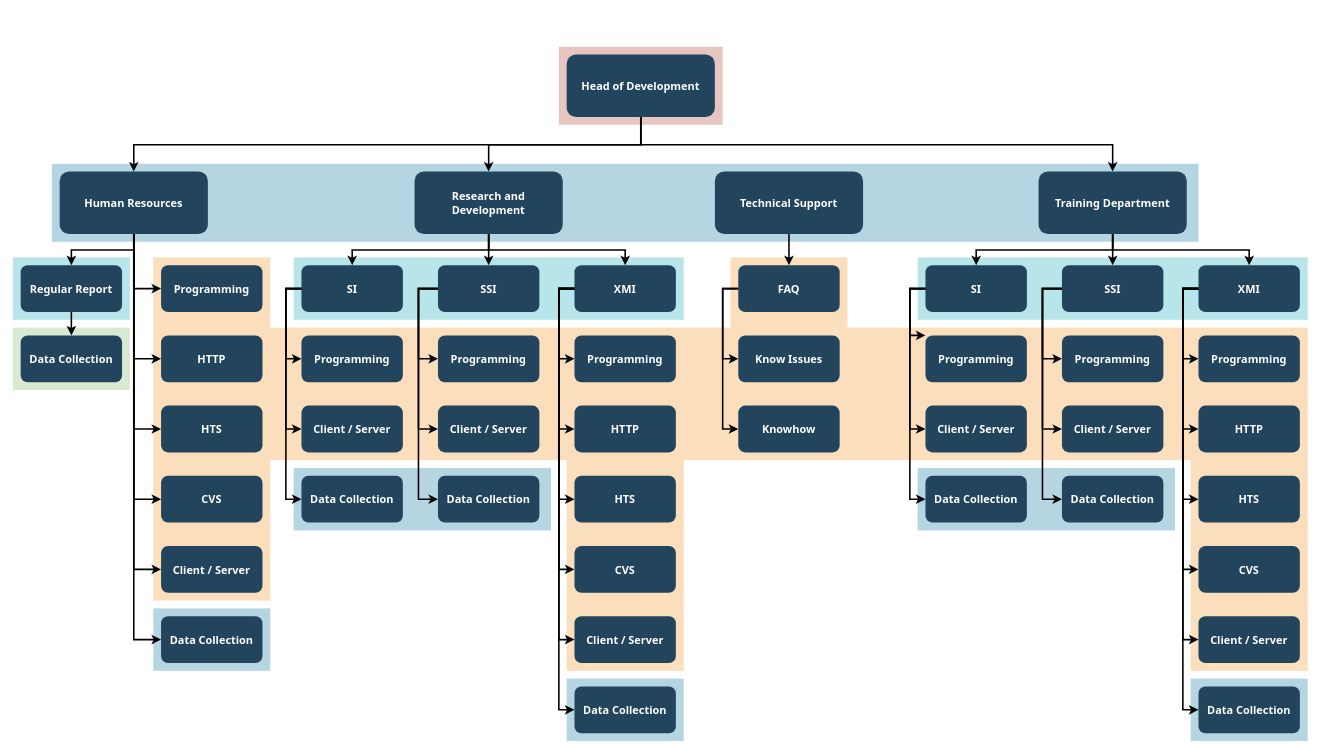
Above: RQSiteMap.drawio in gituser514/RQWEBAPP (draw.io), before the change. Source tidied: cells renumbered, new cells numbered last; positions are measured from the earlier drawing's top-left corner, leaving out a move shared by most shapes. Both pictures are drawn from the tidied source at 78%, with x=0, y=0 at pixel (12, 47).
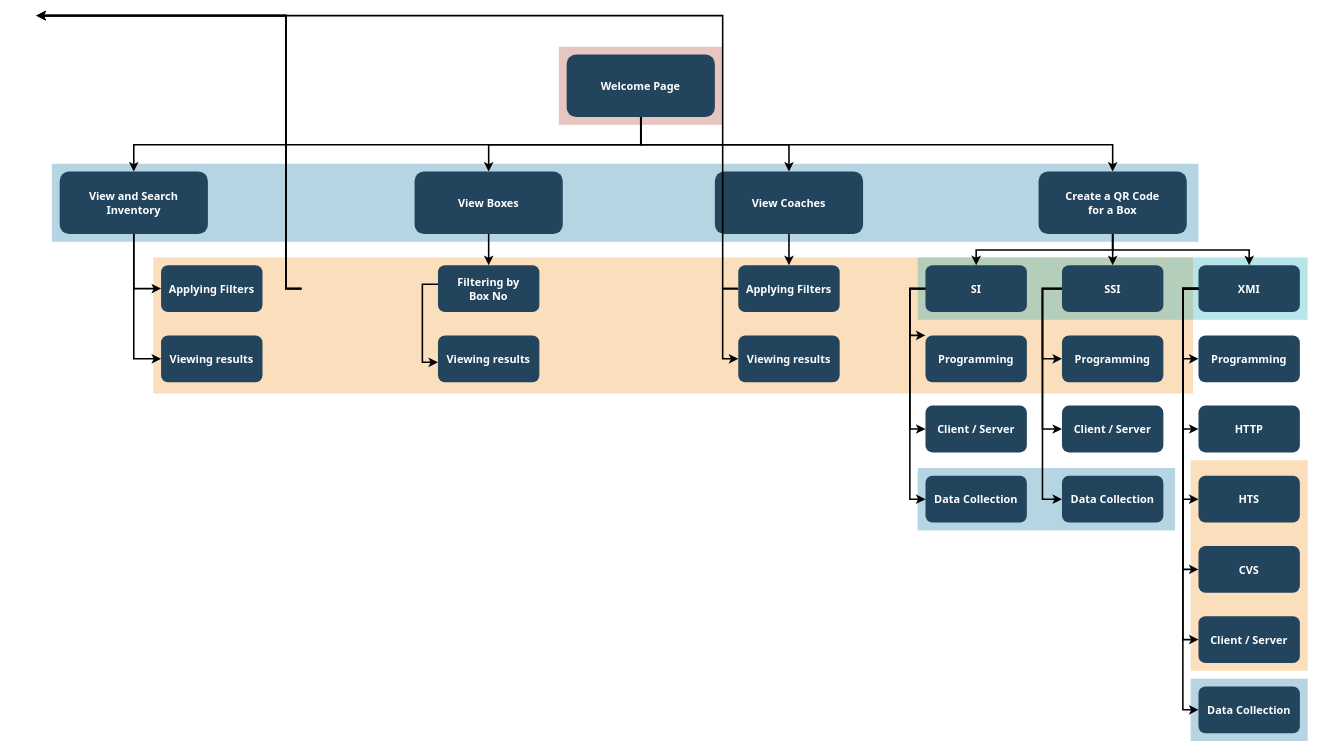
The same diagram, later.

Diff of the diagram source:
```diff
@@
-    <mxCell id="5" style="fillColor=#F2931E;strokeColor=none;opacity=30;" parent="1" vertex="1">
-      <mxGeometry x="920" y="269.5" width="150" height="90" as="geometry" />
-    </mxCell>
-    <mxCell id="6" style="fillColor=#F2931E;strokeColor=none;opacity=30;" parent="1" vertex="1">
-      <mxGeometry x="710" y="529.5" width="150" height="270" as="geometry" />
-    </mxCell>
     <mxCell id="7" style="fillColor=#F2931E;strokeColor=none;opacity=30;" parent="1" vertex="1">
-      <mxGeometry x="180" y="269.5" width="150" height="440" as="geometry" />
+      <mxGeometry x="180" y="269.5" width="1333" height="174.5" as="geometry" />
     </mxCell>
-    <mxCell id="8" style="fillColor=#F2931E;strokeColor=none;opacity=30;" parent="1" vertex="1">
-      <mxGeometry x="330" y="359.5" width="1330" height="170" as="geometry" />
-    </mxCell>
@@
-    <mxCell id="11" style="fillColor=#10739E;strokeColor=none;opacity=30;" parent="1" vertex="1">
-      <mxGeometry x="710" y="809.5" width="150" height="80" as="geometry" />
-    </mxCell>
-    <mxCell id="12" style="fillColor=#10739E;strokeColor=none;opacity=30;" parent="1" vertex="1">
-      <mxGeometry x="360" y="539.5" width="330" height="80" as="geometry" />
-    </mxCell>
-    <mxCell id="13" style="fillColor=#10739E;strokeColor=none;opacity=30;" parent="1" vertex="1">
-      <mxGeometry x="180" y="719.5" width="150" height="80" as="geometry" />
-    </mxCell>
-    <mxCell id="14" style="fillColor=#D9EAD3;strokeColor=none;" parent="1" vertex="1">
-      <mxGeometry y="359.5" width="150" height="80" as="geometry" />
-    </mxCell>
@@
-    <mxCell id="16" style="fillColor=#12AAB5;strokeColor=none;opacity=30;" parent="1" vertex="1">
-      <mxGeometry x="360" y="269.5" width="500" height="80" as="geometry" />
-    </mxCell>
-    <mxCell id="17" style="fillColor=#12AAB5;strokeColor=none;opacity=30;" parent="1" vertex="1">
-      <mxGeometry y="269.5" width="150" height="80" as="geometry" />
-    </mxCell>
-    <mxCell id="18" value="Head of Development" style="rounded=1;fillColor=#23445D;gradientColor=none;strokeColor=none;fontColor=#FFFFFF;fontStyle=1;fontFamily=Tahoma;fontSize=14;" parent="1" vertex="1">
+    <mxCell id="18" value="Welcome Page" style="rounded=1;fillColor=#23445D;gradientColor=none;strokeColor=none;fontColor=#FFFFFF;fontStyle=1;fontFamily=Tahoma;fontSize=14;" parent="1" vertex="1">
       <mxGeometry x="710" y="9.5" width="190" height="80" as="geometry" />
     </mxCell>
-    <mxCell id="19" value="Training Department" style="rounded=1;fillColor=#23445D;gradientColor=none;strokeColor=none;fontColor=#FFFFFF;fontStyle=1;fontFamily=Tahoma;fontSize=14;" parent="1" vertex="1">
+    <mxCell id="19" value="Create a QR Code &#10;for a Box" style="rounded=1;fillColor=#23445D;gradientColor=none;strokeColor=none;fontColor=#FFFFFF;fontStyle=1;fontFamily=Tahoma;fontSize=14;" parent="1" vertex="1">
       <mxGeometry x="1315" y="159.5" width="190" height="80" as="geometry" />
     </mxCell>
@@
-    <mxCell id="21" value="Technical Support" style="rounded=1;fillColor=#23445D;gradientColor=none;strokeColor=none;fontColor=#FFFFFF;fontStyle=1;fontFamily=Tahoma;fontSize=14;" parent="1" vertex="1">
+    <mxCell id="21" value="View Coaches" style="rounded=1;fillColor=#23445D;gradientColor=none;strokeColor=none;fontColor=#FFFFFF;fontStyle=1;fontFamily=Tahoma;fontSize=14;" parent="1" vertex="1">
       <mxGeometry x="900" y="159.5" width="190" height="80" as="geometry" />
     </mxCell>
-    <mxCell id="22" value="Research and &#10;Development" style="rounded=1;fillColor=#23445D;gradientColor=none;strokeColor=none;fontColor=#FFFFFF;fontStyle=1;fontFamily=Tahoma;fontSize=14;" parent="1" vertex="1">
+    <mxCell id="22" value="View Boxes" style="rounded=1;fillColor=#23445D;gradientColor=none;strokeColor=none;fontColor=#FFFFFF;fontStyle=1;fontFamily=Tahoma;fontSize=14;" parent="1" vertex="1">
       <mxGeometry x="515" y="159.5" width="190" height="80" as="geometry" />
     </mxCell>
-    <mxCell id="23" value="Human Resources" style="rounded=1;fillColor=#23445D;gradientColor=none;strokeColor=none;fontColor=#FFFFFF;fontStyle=1;fontFamily=Tahoma;fontSize=14;" parent="1" vertex="1">
+    <mxCell id="23" value="View and Search &#10;Inventory" style="rounded=1;fillColor=#23445D;gradientColor=none;strokeColor=none;fontColor=#FFFFFF;fontStyle=1;fontFamily=Tahoma;fontSize=14;" parent="1" vertex="1">
       <mxGeometry x="60" y="159.5" width="190" height="80" as="geometry" />
     </mxCell>
-    <mxCell id="24" value="Regular Report" style="rounded=1;fillColor=#23445D;gradientColor=none;strokeColor=none;fontColor=#FFFFFF;fontStyle=1;fontFamily=Tahoma;fontSize=14;" parent="1" vertex="1">
-      <mxGeometry x="10" y="279.5" width="130" height="60" as="geometry" />
-    </mxCell>
-    <mxCell id="25" value="Data Collection" style="rounded=1;fillColor=#23445D;gradientColor=none;strokeColor=none;fontColor=#FFFFFF;fontStyle=1;fontFamily=Tahoma;fontSize=14;" parent="1" vertex="1">
-      <mxGeometry x="10" y="369.5" width="130" height="60" as="geometry" />
-    </mxCell>
-    <mxCell id="26" value="Programming" style="rounded=1;fillColor=#23445D;gradientColor=none;strokeColor=none;fontColor=#FFFFFF;fontStyle=1;fontFamily=Tahoma;fontSize=14;" parent="1" vertex="1">
+    <mxCell id="26" value="Applying Filters" style="rounded=1;fillColor=#23445D;gradientColor=none;strokeColor=none;fontColor=#FFFFFF;fontStyle=1;fontFamily=Tahoma;fontSize=14;" parent="1" vertex="1">
       <mxGeometry x="190" y="279.5" width="130" height="60" as="geometry" />
     </mxCell>
-    <mxCell id="27" value="HTTP" style="rounded=1;fillColor=#23445D;gradientColor=none;strokeColor=none;fontColor=#FFFFFF;fontStyle=1;fontFamily=Tahoma;fontSize=14;" parent="1" vertex="1">
+    <mxCell id="27" value="Viewing results" style="rounded=1;fillColor=#23445D;gradientColor=none;strokeColor=none;fontColor=#FFFFFF;fontStyle=1;fontFamily=Tahoma;fontSize=14;" parent="1" vertex="1">
       <mxGeometry x="190" y="369.5" width="130" height="60" as="geometry" />
     </mxCell>
-    <mxCell id="28" value="HTS" style="rounded=1;fillColor=#23445D;gradientColor=none;strokeColor=none;fontColor=#FFFFFF;fontStyle=1;fontFamily=Tahoma;fontSize=14;" parent="1" vertex="1">
-      <mxGeometry x="190" y="459.5" width="130" height="60" as="geometry" />
-    </mxCell>
-    <mxCell id="29" value="CVS" style="rounded=1;fillColor=#23445D;gradientColor=none;strokeColor=none;fontColor=#FFFFFF;fontStyle=1;fontFamily=Tahoma;fontSize=14;" parent="1" vertex="1">
-      <mxGeometry x="190" y="549.5" width="130" height="60" as="geometry" />
-    </mxCell>
-    <mxCell id="30" value="Client / Server" style="rounded=1;fillColor=#23445D;gradientColor=none;strokeColor=none;fontColor=#FFFFFF;fontStyle=1;fontFamily=Tahoma;fontSize=14;" parent="1" vertex="1">
-      <mxGeometry x="190" y="639.5" width="130" height="60" as="geometry" />
-    </mxCell>
-    <mxCell id="31" value="Data Collection" style="rounded=1;fillColor=#23445D;gradientColor=none;strokeColor=none;fontColor=#FFFFFF;fontStyle=1;fontFamily=Tahoma;fontSize=14;" parent="1" vertex="1">
-      <mxGeometry x="190" y="729.5" width="130" height="60" as="geometry" />
-    </mxCell>
-    <mxCell id="32" value="SI" style="rounded=1;fillColor=#23445D;gradientColor=none;strokeColor=none;fontColor=#FFFFFF;fontStyle=1;fontFamily=Tahoma;fontSize=14;" parent="1" vertex="1">
-      <mxGeometry x="370" y="279.5" width="130" height="60" as="geometry" />
-    </mxCell>
-    <mxCell id="33" value="Programming" style="rounded=1;fillColor=#23445D;gradientColor=none;strokeColor=none;fontColor=#FFFFFF;fontStyle=1;fontFamily=Tahoma;fontSize=14;" parent="1" vertex="1">
-      <mxGeometry x="370" y="369.5" width="130" height="60" as="geometry" />
-    </mxCell>
-    <mxCell id="34" value="Client / Server" style="rounded=1;fillColor=#23445D;gradientColor=none;strokeColor=none;fontColor=#FFFFFF;fontStyle=1;fontFamily=Tahoma;fontSize=14;" parent="1" vertex="1">
-      <mxGeometry x="370" y="459.5" width="130" height="60" as="geometry" />
-    </mxCell>
-    <mxCell id="35" value="Data Collection" style="rounded=1;fillColor=#23445D;gradientColor=none;strokeColor=none;fontColor=#FFFFFF;fontStyle=1;fontFamily=Tahoma;fontSize=14;" parent="1" vertex="1">
-      <mxGeometry x="370" y="549.5" width="130" height="60" as="geometry" />
-    </mxCell>
-    <mxCell id="36" value="SSI" style="rounded=1;fillColor=#23445D;gradientColor=none;strokeColor=none;fontColor=#FFFFFF;fontStyle=1;fontFamily=Tahoma;fontSize=14;" parent="1" vertex="1">
+    <mxCell id="36" value="Filtering by &#10;Box No" style="rounded=1;fillColor=#23445D;gradientColor=none;strokeColor=none;fontColor=#FFFFFF;fontStyle=1;fontFamily=Tahoma;fontSize=14;" parent="1" vertex="1">
       <mxGeometry x="545" y="279.5" width="130" height="60" as="geometry" />
     </mxCell>
-    <mxCell id="37" value="Programming" style="rounded=1;fillColor=#23445D;gradientColor=none;strokeColor=none;fontColor=#FFFFFF;fontStyle=1;fontFamily=Tahoma;fontSize=14;" parent="1" vertex="1">
-      <mxGeometry x="545" y="369.5" width="130" height="60" as="geometry" />
-    </mxCell>
-    <mxCell id="38" value="Client / Server" style="rounded=1;fillColor=#23445D;gradientColor=none;strokeColor=none;fontColor=#FFFFFF;fontStyle=1;fontFamily=Tahoma;fontSize=14;" parent="1" vertex="1">
-      <mxGeometry x="545" y="459.5" width="130" height="60" as="geometry" />
-    </mxCell>
-    <mxCell id="39" value="Data Collection" style="rounded=1;fillColor=#23445D;gradientColor=none;strokeColor=none;fontColor=#FFFFFF;fontStyle=1;fontFamily=Tahoma;fontSize=14;" parent="1" vertex="1">
-      <mxGeometry x="545" y="549.5" width="130" height="60" as="geometry" />
-    </mxCell>
-    <mxCell id="40" value="XMI" style="rounded=1;fillColor=#23445D;gradientColor=none;strokeColor=none;fontColor=#FFFFFF;fontStyle=1;fontFamily=Tahoma;fontSize=14;" parent="1" vertex="1">
-      <mxGeometry x="720" y="279.5" width="130" height="60" as="geometry" />
-    </mxCell>
-    <mxCell id="41" value="Programming" style="rounded=1;fillColor=#23445D;gradientColor=none;strokeColor=none;fontColor=#FFFFFF;fontStyle=1;fontFamily=Tahoma;fontSize=14;" parent="1" vertex="1">
-      <mxGeometry x="720" y="369.5" width="130" height="60" as="geometry" />
-    </mxCell>
-    <mxCell id="42" value="HTTP" style="rounded=1;fillColor=#23445D;gradientColor=none;strokeColor=none;fontColor=#FFFFFF;fontStyle=1;fontFamily=Tahoma;fontSize=14;" parent="1" vertex="1">
-      <mxGeometry x="720" y="459.5" width="130" height="60" as="geometry" />
-    </mxCell>
-    <mxCell id="43" value="HTS" style="rounded=1;fillColor=#23445D;gradientColor=none;strokeColor=none;fontColor=#FFFFFF;fontStyle=1;fontFamily=Tahoma;fontSize=14;" parent="1" vertex="1">
-      <mxGeometry x="720" y="549.5" width="130" height="60" as="geometry" />
-    </mxCell>
-    <mxCell id="44" value="CVS" style="rounded=1;fillColor=#23445D;gradientColor=none;strokeColor=none;fontColor=#FFFFFF;fontStyle=1;fontFamily=Tahoma;fontSize=14;" parent="1" vertex="1">
-      <mxGeometry x="720" y="639.5" width="130" height="60" as="geometry" />
-    </mxCell>
-    <mxCell id="45" value="Client / Server" style="rounded=1;fillColor=#23445D;gradientColor=none;strokeColor=none;fontColor=#FFFFFF;fontStyle=1;fontFamily=Tahoma;fontSize=14;" parent="1" vertex="1">
-      <mxGeometry x="720" y="729.5" width="130" height="60" as="geometry" />
-    </mxCell>
-    <mxCell id="46" value="Data Collection" style="rounded=1;fillColor=#23445D;gradientColor=none;strokeColor=none;fontColor=#FFFFFF;fontStyle=1;fontFamily=Tahoma;fontSize=14;" parent="1" vertex="1">
-      <mxGeometry x="720" y="819.5" width="130" height="60" as="geometry" />
-    </mxCell>
-    <mxCell id="47" value="FAQ" style="rounded=1;fillColor=#23445D;gradientColor=none;strokeColor=none;fontColor=#FFFFFF;fontStyle=1;fontFamily=Tahoma;fontSize=14;" parent="1" vertex="1">
-      <mxGeometry x="930" y="279.5" width="130" height="60" as="geometry" />
-    </mxCell>
-    <mxCell id="48" value="Know Issues" style="rounded=1;fillColor=#23445D;gradientColor=none;strokeColor=none;fontColor=#FFFFFF;fontStyle=1;fontFamily=Tahoma;fontSize=14;" parent="1" vertex="1">
-      <mxGeometry x="930" y="369.5" width="130" height="60" as="geometry" />
-    </mxCell>
-    <mxCell id="49" value="Knowhow" style="rounded=1;fillColor=#23445D;gradientColor=none;strokeColor=none;fontColor=#FFFFFF;fontStyle=1;fontFamily=Tahoma;fontSize=14;" parent="1" vertex="1">
-      <mxGeometry x="930" y="459.5" width="130" height="60" as="geometry" />
-    </mxCell>
@@
-    <mxCell id="67" style="edgeStyle=elbowEdgeStyle;elbow=vertical;strokeWidth=2;rounded=0;" parent="1" edge="1" source="23" target="24">
-      <mxGeometry x="-23" y="135.5" as="geometry" />
-    </mxCell>
@@
-    <mxCell id="70" style="edgeStyle=elbowEdgeStyle;elbow=horizontal;strokeWidth=2;rounded=0;" parent="1" edge="1" source="23" target="28">
-      <mxGeometry x="-23" y="135.5" as="geometry">
-        <Array as="points">
-          <mxPoint x="155" y="349.5" />
-        </Array>
-      </mxGeometry>
-    </mxCell>
-    <mxCell id="71" style="edgeStyle=elbowEdgeStyle;elbow=horizontal;strokeWidth=2;rounded=0;" parent="1" edge="1" source="23" target="29">
-      <mxGeometry x="-23" y="135.5" as="geometry">
-        <Array as="points">
-          <mxPoint x="155" y="399.5" />
-        </Array>
-      </mxGeometry>
-    </mxCell>
-    <mxCell id="72" style="edgeStyle=elbowEdgeStyle;elbow=horizontal;strokeWidth=2;rounded=0;" parent="1" edge="1" source="23" target="30">
-      <mxGeometry x="-23" y="135.5" as="geometry">
-        <Array as="points">
-          <mxPoint x="155" y="439.5" />
-        </Array>
-      </mxGeometry>
-    </mxCell>
-    <mxCell id="73" style="edgeStyle=elbowEdgeStyle;elbow=horizontal;strokeWidth=2;rounded=0;" parent="1" edge="1" source="23" target="31">
-      <mxGeometry x="-23" y="135.5" as="geometry">
-        <Array as="points">
-          <mxPoint x="155" y="489.5" />
-        </Array>
-      </mxGeometry>
-    </mxCell>
-    <mxCell id="74" style="edgeStyle=elbowEdgeStyle;elbow=horizontal;strokeWidth=2;rounded=0;" parent="1" edge="1" source="32" target="33">
+    <mxCell id="74" style="edgeStyle=elbowEdgeStyle;elbow=horizontal;strokeWidth=2;rounded=0;" parent="1" edge="1">
       <mxGeometry x="-23" y="135.5" as="geometry">
+        <mxPoint x="370" y="309.5" as="sourcePoint" />
+        <mxPoint x="30" y="-40.5" as="targetPoint" />
         <Array as="points">
           <mxPoint x="350" y="359.5" />
         </Array>
       </mxGeometry>
     </mxCell>
-    <mxCell id="75" style="edgeStyle=elbowEdgeStyle;elbow=horizontal;strokeWidth=2;rounded=0;" parent="1" edge="1" source="32" target="34">
+    <mxCell id="75" style="edgeStyle=elbowEdgeStyle;elbow=horizontal;strokeWidth=2;rounded=0;" parent="1" edge="1">
       <mxGeometry x="-23" y="135.5" as="geometry">
+        <mxPoint x="370" y="309.5" as="sourcePoint" />
+        <mxPoint x="30" y="-40.5" as="targetPoint" />
         <Array as="points">
           <mxPoint x="350" y="399.5" />
         </Array>
       </mxGeometry>
     </mxCell>
-    <mxCell id="76" style="edgeStyle=elbowEdgeStyle;elbow=horizontal;strokeWidth=2;rounded=0;" parent="1" edge="1" source="32" target="35">
+    <mxCell id="76" style="edgeStyle=elbowEdgeStyle;elbow=horizontal;strokeWidth=2;rounded=0;" parent="1" edge="1">
       <mxGeometry x="-23" y="135.5" as="geometry">
+        <mxPoint x="370" y="309.5" as="sourcePoint" />
+        <mxPoint x="30" y="-40.5" as="targetPoint" />
         <Array as="points">
           <mxPoint x="350" y="439.5" />
         </Array>
       </mxGeometry>
     </mxCell>
-    <mxCell id="77" style="edgeStyle=elbowEdgeStyle;elbow=horizontal;strokeWidth=2;rounded=0;" parent="1" edge="1" source="36" target="37">
-      <mxGeometry x="-23" y="135.5" as="geometry">
-        <Array as="points">
-          <mxPoint x="520" y="359.5" />
-        </Array>
-      </mxGeometry>
-    </mxCell>
-    <mxCell id="78" style="edgeStyle=elbowEdgeStyle;elbow=horizontal;strokeWidth=2;rounded=0;" parent="1" edge="1" source="36" target="38">
-      <mxGeometry x="-23" y="135.5" as="geometry">
-        <Array as="points">
-          <mxPoint x="520" y="399.5" />
-        </Array>
-      </mxGeometry>
-    </mxCell>
-    <mxCell id="79" style="edgeStyle=elbowEdgeStyle;elbow=horizontal;strokeWidth=2;rounded=0;" parent="1" edge="1" source="36" target="39">
-      <mxGeometry x="-23" y="135.5" as="geometry">
-        <Array as="points">
-          <mxPoint x="520" y="439.5" />
-        </Array>
-      </mxGeometry>
-    </mxCell>
-    <mxCell id="80" style="edgeStyle=elbowEdgeStyle;elbow=horizontal;strokeWidth=2;rounded=0;" parent="1" edge="1" source="40" target="41">
-      <mxGeometry x="-23" y="135.5" as="geometry">
-        <Array as="points">
-          <mxPoint x="700" y="359.5" />
-        </Array>
-      </mxGeometry>
-    </mxCell>
-    <mxCell id="81" style="edgeStyle=elbowEdgeStyle;elbow=horizontal;strokeWidth=2;rounded=0;" parent="1" edge="1" source="40" target="42">
-      <mxGeometry x="-23" y="135.5" as="geometry">
-        <Array as="points">
-          <mxPoint x="700" y="399.5" />
-        </Array>
-      </mxGeometry>
-    </mxCell>
-    <mxCell id="82" style="edgeStyle=elbowEdgeStyle;elbow=horizontal;strokeWidth=2;rounded=0;" parent="1" edge="1" source="40" target="43">
-      <mxGeometry x="-23" y="135.5" as="geometry">
-        <Array as="points">
-          <mxPoint x="700" y="449.5" />
-        </Array>
-      </mxGeometry>
-    </mxCell>
-    <mxCell id="83" style="edgeStyle=elbowEdgeStyle;elbow=horizontal;strokeWidth=2;rounded=0;" parent="1" edge="1" source="40" target="44">
-      <mxGeometry x="-23" y="135.5" as="geometry">
-        <Array as="points">
-          <mxPoint x="700" y="489.5" />
-        </Array>
-      </mxGeometry>
-    </mxCell>
-    <mxCell id="84" style="edgeStyle=elbowEdgeStyle;elbow=horizontal;strokeWidth=2;rounded=0;" parent="1" edge="1" source="40" target="45">
-      <mxGeometry x="-23" y="135.5" as="geometry">
-        <Array as="points">
-          <mxPoint x="700" y="529.5" />
-        </Array>
-      </mxGeometry>
-    </mxCell>
-    <mxCell id="85" style="edgeStyle=elbowEdgeStyle;elbow=horizontal;strokeWidth=2;rounded=0;" parent="1" edge="1" source="40" target="46">
-      <mxGeometry x="-23" y="135.5" as="geometry">
-        <Array as="points">
-          <mxPoint x="700" y="579.5" />
-        </Array>
-      </mxGeometry>
-    </mxCell>
-    <mxCell id="86" style="edgeStyle=elbowEdgeStyle;elbow=horizontal;strokeWidth=2;rounded=0;" parent="1" edge="1" source="47" target="48">
+    <mxCell id="86" style="edgeStyle=elbowEdgeStyle;elbow=horizontal;strokeWidth=2;rounded=0;" parent="1" edge="1">
       <mxGeometry x="-23" y="135.5" as="geometry">
+        <mxPoint x="930" y="309.5" as="sourcePoint" />
+        <mxPoint x="30" y="-40.5" as="targetPoint" />
         <Array as="points">
           <mxPoint x="910" y="359.5" />
         </Array>
       </mxGeometry>
     </mxCell>
-    <mxCell id="87" style="edgeStyle=elbowEdgeStyle;elbow=horizontal;strokeWidth=2;rounded=0;" parent="1" edge="1" source="47" target="49">
+    <mxCell id="87" style="edgeStyle=elbowEdgeStyle;elbow=horizontal;strokeWidth=2;rounded=0;entryX=0;entryY=0.5;entryDx=0;entryDy=0;" parent="1" edge="1" target="112">
       <mxGeometry x="-23" y="135.5" as="geometry">
+        <mxPoint x="930" y="309.5" as="sourcePoint" />
         <Array as="points">
           <mxPoint x="910" y="409.5" />
         </Array>
       </mxGeometry>
     </mxCell>
@@
-    <mxCell id="100" style="edgeStyle=elbowEdgeStyle;elbow=vertical;strokeWidth=2;rounded=0;" parent="1" edge="1" source="22" target="32">
-      <mxGeometry x="-23" y="135.5" as="geometry" />
-    </mxCell>
@@
-    <mxCell id="102" style="edgeStyle=elbowEdgeStyle;elbow=vertical;strokeWidth=2;rounded=0;" parent="1" edge="1" source="22" target="40">
-      <mxGeometry x="-23" y="135.5" as="geometry" />
-    </mxCell>
-    <mxCell id="103" style="edgeStyle=elbowEdgeStyle;elbow=vertical;strokeWidth=2;rounded=0;" parent="1" edge="1" source="21" target="47">
-      <mxGeometry x="-23" y="135.5" as="geometry" />
+    <mxCell id="103" style="edgeStyle=elbowEdgeStyle;elbow=vertical;strokeWidth=2;rounded=0;" parent="1" edge="1" source="21">
+      <mxGeometry x="-23" y="135.5" as="geometry">
+        <mxPoint x="995" y="279.5" as="targetPoint" />
+      </mxGeometry>
     </mxCell>
@@
-    <mxCell id="107" style="edgeStyle=elbowEdgeStyle;elbow=vertical;rounded=0;strokeWidth=2;" parent="1" edge="1" source="24" target="25">
-      <mxGeometry x="-23" y="135.5" as="geometry" />
-    </mxCell>
+    <mxCell id="108" value="Viewing results" style="rounded=1;fillColor=#23445D;gradientColor=none;strokeColor=none;fontColor=#FFFFFF;fontStyle=1;fontFamily=Tahoma;fontSize=14;" parent="1" vertex="1">
+      <mxGeometry x="545" y="369.5" width="130" height="60" as="geometry" />
+    </mxCell>
+    <mxCell id="109" style="edgeStyle=elbowEdgeStyle;elbow=horizontal;strokeWidth=2;rounded=0;" parent="1" edge="1">
+      <mxGeometry x="-408" y="130" as="geometry">
+        <mxPoint x="545" y="304" as="sourcePoint" />
+        <mxPoint x="545" y="404" as="targetPoint" />
+        <Array as="points">
+          <mxPoint x="525" y="404" />
+        </Array>
+      </mxGeometry>
+    </mxCell>
+    <mxCell id="110" style="edgeStyle=elbowEdgeStyle;elbow=vertical;strokeWidth=2;rounded=0;entryX=0.5;entryY=0;entryDx=0;entryDy=0;exitX=0.5;exitY=1;exitDx=0;exitDy=0;" parent="1" edge="1" source="18" target="21">
+      <mxGeometry x="357" y="235.5" as="geometry" />
+    </mxCell>
+    <mxCell id="111" value="Applying Filters" style="rounded=1;fillColor=#23445D;gradientColor=none;strokeColor=none;fontColor=#FFFFFF;fontStyle=1;fontFamily=Tahoma;fontSize=14;" parent="1" vertex="1">
+      <mxGeometry x="930" y="279.5" width="130" height="60" as="geometry" />
+    </mxCell>
+    <mxCell id="112" value="Viewing results" style="rounded=1;fillColor=#23445D;gradientColor=none;strokeColor=none;fontColor=#FFFFFF;fontStyle=1;fontFamily=Tahoma;fontSize=14;" parent="1" vertex="1">
+      <mxGeometry x="930" y="369.5" width="130" height="60" as="geometry" />
+    </mxCell>
```
